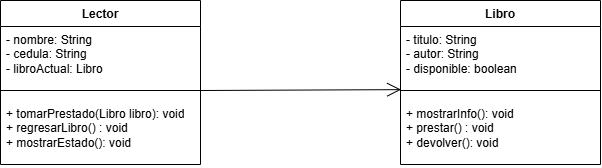
This is src/diagramaAsociacion.drawio.png from Nohemy-nz/TallerAsociacion, a draw.io export, as it was before one commit. Source tidied: cells renumbered, new cells last; positions are measured from the earlier drawing's top-left corner, leaving out a move shared by most shapes.
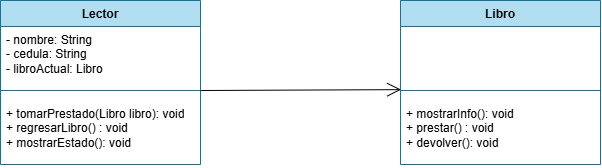
After the commit.

What changed in the source:
```diff
@@ -2,7 +2,7 @@
   <root>
     <mxCell id="0" />
     <mxCell id="1" parent="0" />
-    <mxCell id="2" value="Lector" style="swimlane;fontStyle=1;align=center;verticalAlign=top;horizontal=1;startSize=26;whiteSpace=wrap;html=1;" parent="1" vertex="1">
+    <mxCell id="2" value="Lector" style="swimlane;fontStyle=1;align=center;verticalAlign=top;horizontal=1;startSize=26;whiteSpace=wrap;html=1;fillColor=#b1ddf0;strokeColor=#10739e;" parent="1" vertex="1">
       <mxGeometry width="200" height="164" as="geometry" />
     </mxCell>
     <mxCell id="3" value="- nombre: String&lt;div&gt;- cedula: String&lt;/div&gt;&lt;div&gt;- libroActual: Libro&lt;/div&gt;&lt;div&gt;&lt;div&gt;&lt;br&gt;&lt;/div&gt;&lt;/div&gt;" style="text;strokeColor=none;fillColor=none;align=left;verticalAlign=top;spacingLeft=4;spacingRight=4;overflow=hidden;whiteSpace=wrap;html=1;" parent="2" vertex="1">
@@ -14,10 +14,10 @@
     <mxCell id="5" value="+&amp;nbsp;tomarPrestado(Libro libro): void&lt;div&gt;+&amp;nbsp;regresarLibro() : void&lt;/div&gt;&lt;div&gt;+&amp;nbsp;mostrarEstado(): void&lt;/div&gt;" style="text;strokeColor=none;fillColor=none;align=left;verticalAlign=top;spacingLeft=4;spacingRight=4;overflow=hidden;whiteSpace=wrap;html=1;" parent="2" vertex="1">
       <mxGeometry y="100" width="200" height="64" as="geometry" />
     </mxCell>
-    <mxCell id="6" value="Libro" style="swimlane;fontStyle=1;align=center;verticalAlign=top;horizontal=1;startSize=26;whiteSpace=wrap;html=1;" parent="1" vertex="1">
+    <mxCell id="6" value="Libro" style="swimlane;fontStyle=1;align=center;verticalAlign=top;horizontal=1;startSize=26;whiteSpace=wrap;html=1;fillColor=#b1ddf0;strokeColor=#10739e;" parent="1" vertex="1">
       <mxGeometry x="400" width="200" height="164" as="geometry" />
     </mxCell>
-    <mxCell id="7" value="- titulo: String&lt;div&gt;- autor: String&lt;/div&gt;&lt;div&gt;- disponible: boolean&lt;/div&gt;&lt;div&gt;&lt;div&gt;&lt;br&gt;&lt;/div&gt;&lt;/div&gt;" style="text;strokeColor=none;fillColor=none;align=left;verticalAlign=top;spacingLeft=4;spacingRight=4;overflow=hidden;whiteSpace=wrap;html=1;" parent="6" vertex="1">
+    <mxCell id="7" value="- titulo: String&lt;div&gt;- autor: String&lt;/div&gt;&lt;div&gt;- disponible: boolean&lt;/div&gt;&lt;div&gt;&lt;div&gt;&lt;br&gt;&lt;/div&gt;&lt;/div&gt;" style="text;strokeColor=none;fillColor=none;align=left;verticalAlign=top;spacingLeft=4;spacingRight=4;overflow=hidden;whiteSpace=wrap;html=1;fontColor=light-dark(#FFFFFF,#FFFFFF);" parent="6" vertex="1">
       <mxGeometry y="26" width="200" height="54" as="geometry" />
     </mxCell>
     <mxCell id="8" style="line;strokeWidth=1;fillColor=none;align=left;verticalAlign=middle;spacingTop=-1;spacingLeft=3;spacingRight=3;labelPosition=right;points=[];portConstraint=eastwest;strokeColor=inherit;labelPerimeter=1;" parent="6" vertex="1">
```
